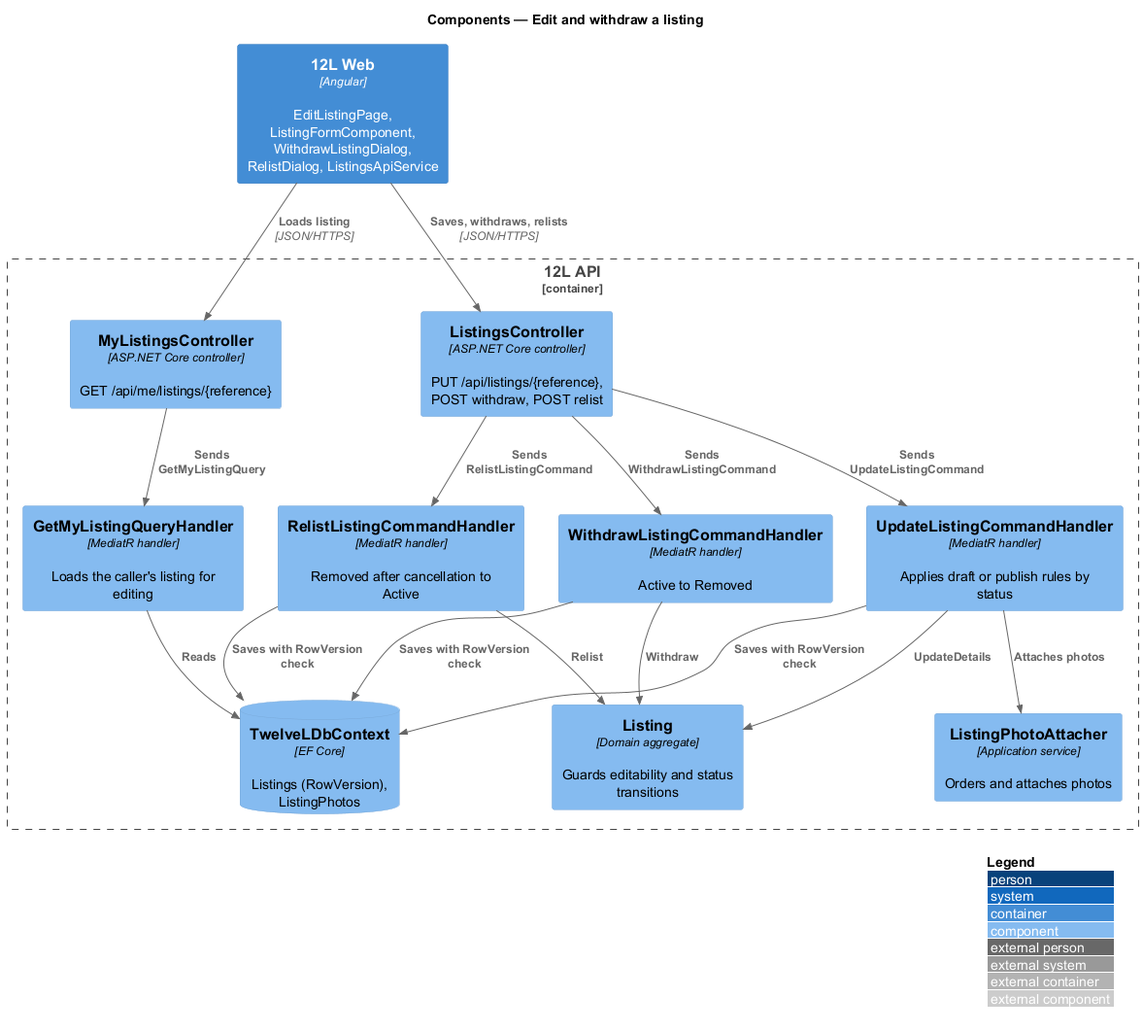
QuinntyneBrown/12l keeps this PlantUML diagram as docs/detailed-designs/listings/edit-and-withdraw-listing/diagrams/c4-component.png. Above is the earlier version. Its diagram source:
```plantuml
@startuml
!include <C4/C4_Component>
LAYOUT_WITH_LEGEND()
title Components — Edit and withdraw a listing

Container(web, "12L Web", "Angular", "EditListingPage, ListingFormComponent, WithdrawListingDialog, RelistDialog, ListingsApiService")
Container_Boundary(api, "12L API") {
  Component(myCtrl, "MyListingsController", "ASP.NET Core controller", "GET /api/me/listings/{reference}")
  Component(ctrl, "ListingsController", "ASP.NET Core controller", "PUT /api/listings/{reference}, POST withdraw, POST relist")
  Component(query, "GetMyListingQueryHandler", "MediatR handler", "Loads the caller's listing for editing")
  Component(update, "UpdateListingCommandHandler", "MediatR handler", "Applies draft or publish rules by status")
  Component(withdraw, "WithdrawListingCommandHandler", "MediatR handler", "Active to Removed")
  Component(relist, "RelistListingCommandHandler", "MediatR handler", "Removed after cancellation to Active")
  Component(attacher, "ListingPhotoAttacher", "Application service", "Orders and attaches photos")
  Component(entity, "Listing", "Domain aggregate", "Guards editability and status transitions")
  ComponentDb(db, "TwelveLDbContext", "EF Core", "Listings (RowVersion), ListingPhotos")
}
Rel(web, myCtrl, "Loads listing", "JSON/HTTPS")
Rel(web, ctrl, "Saves, withdraws, relists", "JSON/HTTPS")
Rel(myCtrl, query, "Sends GetMyListingQuery")
Rel(ctrl, update, "Sends UpdateListingCommand")
Rel(ctrl, withdraw, "Sends WithdrawListingCommand")
Rel(ctrl, relist, "Sends RelistListingCommand")
Rel(update, attacher, "Attaches photos")
Rel(update, entity, "UpdateDetails")
Rel(withdraw, entity, "Withdraw")
Rel(relist, entity, "Relist")
Rel(query, db, "Reads")
Rel(update, db, "Saves with RowVersion check")
Rel(withdraw, db, "Saves with RowVersion check")
Rel(relist, db, "Saves with RowVersion check")
@enduml
```
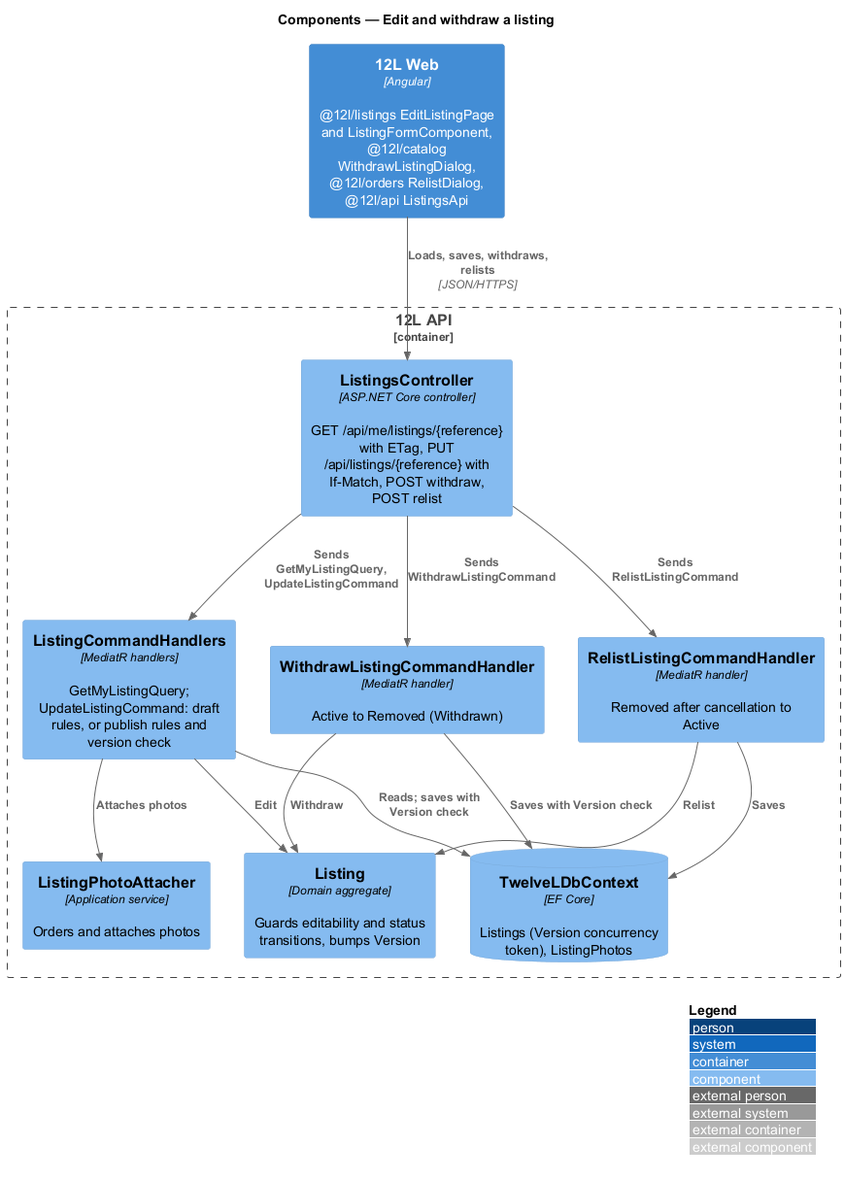
After the change.

The edit, as a diff of the source:
```diff
@@ -3,30 +3,25 @@
 LAYOUT_WITH_LEGEND()
 title Components — Edit and withdraw a listing
 
-Container(web, "12L Web", "Angular", "EditListingPage, ListingFormComponent, WithdrawListingDialog, RelistDialog, ListingsApiService")
+Container(web, "12L Web", "Angular", "@12l/listings EditListingPage and ListingFormComponent, @12l/catalog WithdrawListingDialog, @12l/orders RelistDialog, @12l/api ListingsApi")
 Container_Boundary(api, "12L API") {
-  Component(myCtrl, "MyListingsController", "ASP.NET Core controller", "GET /api/me/listings/{reference}")
-  Component(ctrl, "ListingsController", "ASP.NET Core controller", "PUT /api/listings/{reference}, POST withdraw, POST relist")
-  Component(query, "GetMyListingQueryHandler", "MediatR handler", "Loads the caller's listing for editing")
-  Component(update, "UpdateListingCommandHandler", "MediatR handler", "Applies draft or publish rules by status")
-  Component(withdraw, "WithdrawListingCommandHandler", "MediatR handler", "Active to Removed")
+  Component(ctrl, "ListingsController", "ASP.NET Core controller", "GET /api/me/listings/{reference} with ETag, PUT /api/listings/{reference} with If-Match, POST withdraw, POST relist")
+  Component(update, "ListingCommandHandlers", "MediatR handlers", "GetMyListingQuery; UpdateListingCommand: draft rules, or publish rules and version check")
+  Component(withdraw, "WithdrawListingCommandHandler", "MediatR handler", "Active to Removed (Withdrawn)")
   Component(relist, "RelistListingCommandHandler", "MediatR handler", "Removed after cancellation to Active")
   Component(attacher, "ListingPhotoAttacher", "Application service", "Orders and attaches photos")
-  Component(entity, "Listing", "Domain aggregate", "Guards editability and status transitions")
-  ComponentDb(db, "TwelveLDbContext", "EF Core", "Listings (RowVersion), ListingPhotos")
+  Component(entity, "Listing", "Domain aggregate", "Guards editability and status transitions, bumps Version")
+  ComponentDb(db, "TwelveLDbContext", "EF Core", "Listings (Version concurrency token), ListingPhotos")
 }
-Rel(web, myCtrl, "Loads listing", "JSON/HTTPS")
-Rel(web, ctrl, "Saves, withdraws, relists", "JSON/HTTPS")
-Rel(myCtrl, query, "Sends GetMyListingQuery")
-Rel(ctrl, update, "Sends UpdateListingCommand")
+Rel(web, ctrl, "Loads, saves, withdraws, relists", "JSON/HTTPS")
+Rel(ctrl, update, "Sends GetMyListingQuery, UpdateListingCommand")
 Rel(ctrl, withdraw, "Sends WithdrawListingCommand")
 Rel(ctrl, relist, "Sends RelistListingCommand")
 Rel(update, attacher, "Attaches photos")
-Rel(update, entity, "UpdateDetails")
+Rel(update, entity, "Edit")
 Rel(withdraw, entity, "Withdraw")
 Rel(relist, entity, "Relist")
-Rel(query, db, "Reads")
-Rel(update, db, "Saves with RowVersion check")
-Rel(withdraw, db, "Saves with RowVersion check")
-Rel(relist, db, "Saves with RowVersion check")
+Rel(update, db, "Reads; saves with Version check")
+Rel(withdraw, db, "Saves with Version check")
+Rel(relist, db, "Saves")
 @enduml
```
